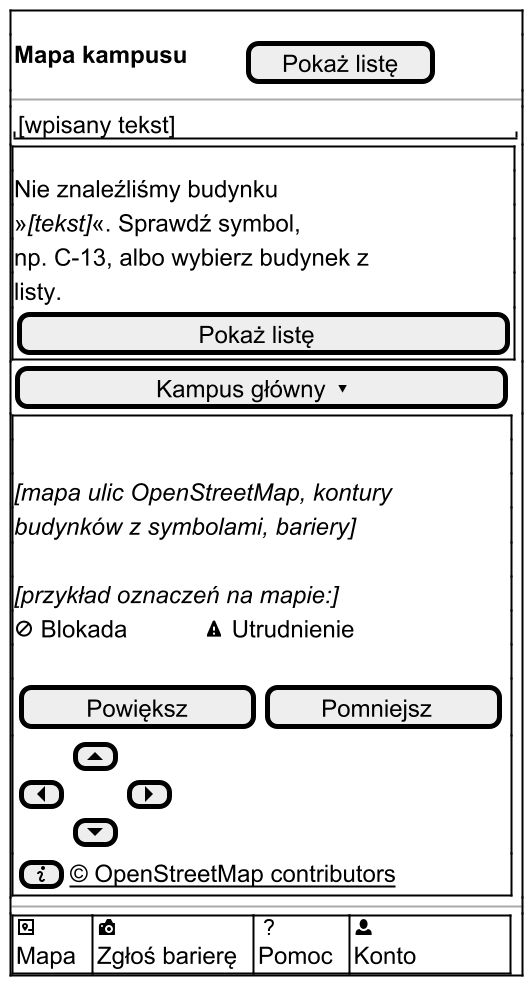
This is docs/docs/_generated/m-v1-mapa-pusty.png from dostepny-kampus/dostepny-kampus, a PlantUML export, as it was before one commit.
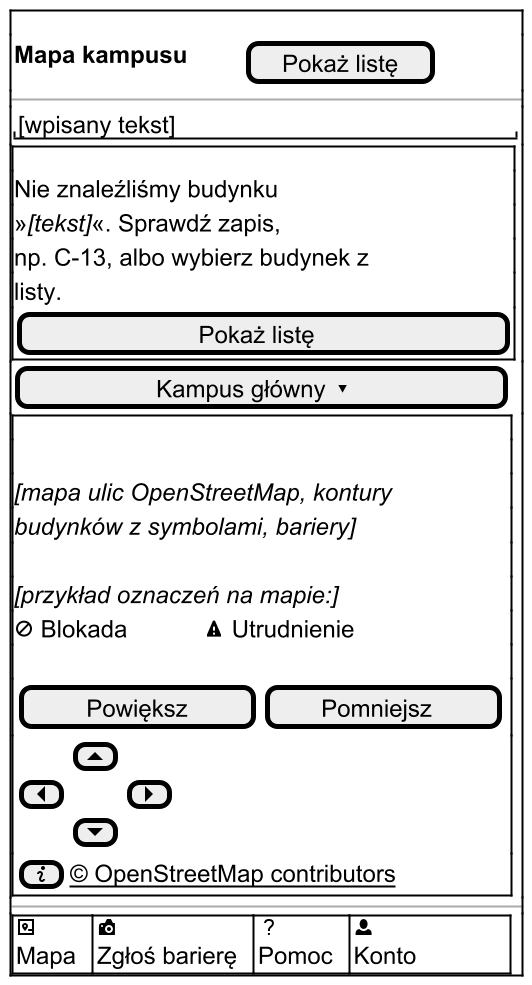
The same file after the commit.

Change to the diagram source:
```diff
@@ -5,7 +5,7 @@
 $ekran_poczatek()
 $naglowek_mapy("Pokaż listę")
 $pole_tekstowe("[wpisany tekst]")
-$komunikat("Nie znaleźliśmy budynku »<i>[tekst]</i>«. Sprawdź symbol, np. C-13, albo wybierz budynek z listy.", "Pokaż listę")
+$komunikat("Nie znaleźliśmy budynku »<i>[tekst]</i>«. Sprawdź zapis, np. C-13, albo wybierz budynek z listy.", "Pokaż listę")
 $przycisk("Kampus główny ▾")
 $mapa("mapa ulic OpenStreetMap, kontury budynków z symbolami, bariery", $blokada() + $dk_spacje(6) + $utrudnienie(), "info")
 $pasek_dolny_konto()
```
